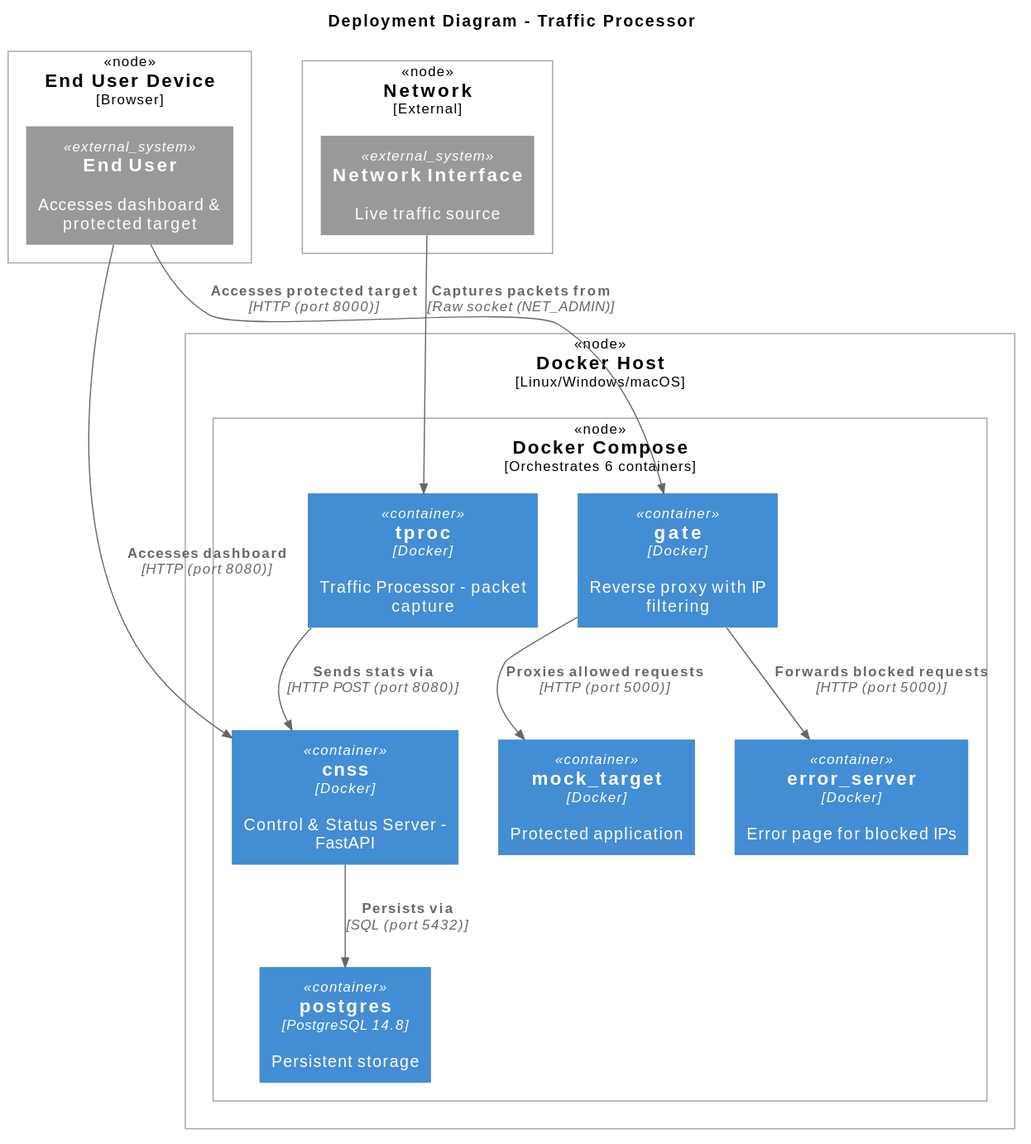
Above: docs/architecture/deployment-view/deployment-diagram.svg in SWP-Team-46/Traffic-Proccessor (PlantUML), before the change.
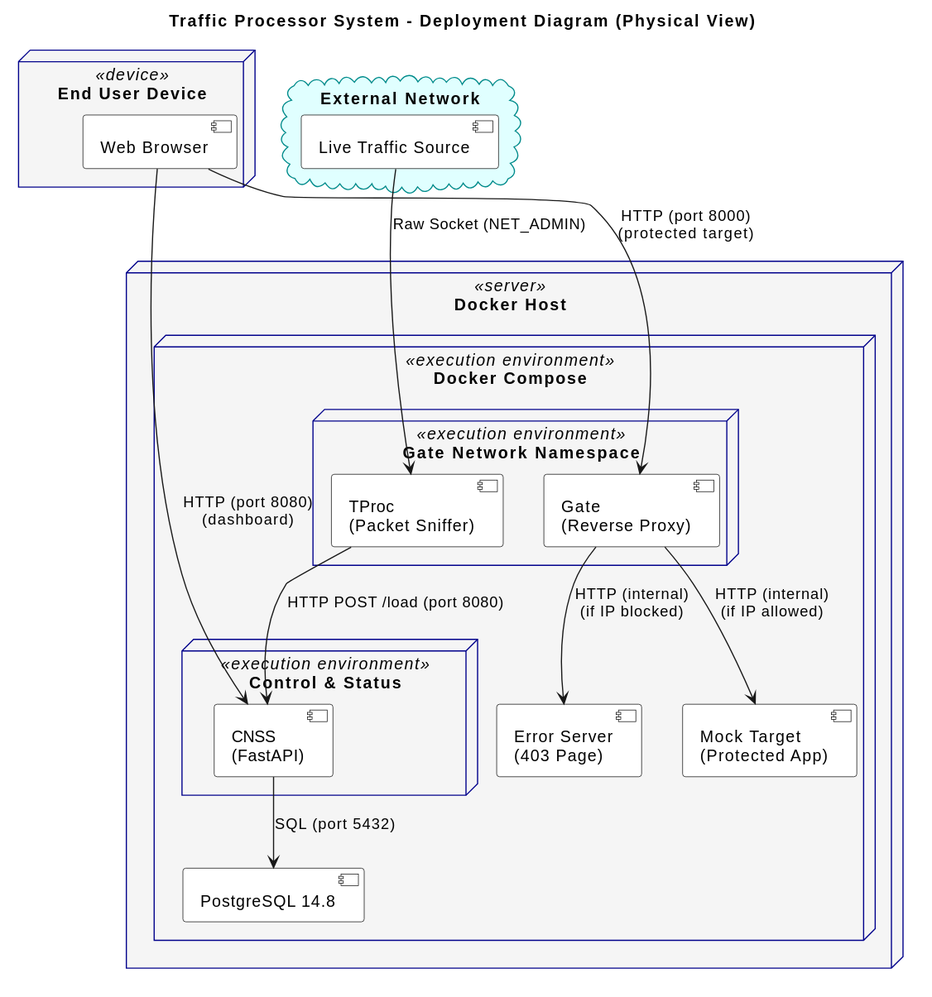
The same diagram one commit later.

What changed in the source:
```diff
@@ -1,34 +1,63 @@
 @startuml
-!include <C4/C4_Deployment>
-
-title Deployment Diagram - Traffic Processor
-
-Deployment_Node(docker_host, "Docker Host", "Linux/Windows/macOS") {
-    Deployment_Node(compose, "Docker Compose", "Orchestrates 6 containers") {
-        Container(tproc, "tproc", "Docker", "Traffic Processor - packet capture")
-        Container(gate, "gate", "Docker", "Reverse proxy with IP filtering")
-        Container(mock_target, "mock_target", "Docker", "Protected application")
-        Container(error_server, "error_server", "Docker", "Error page for blocked IPs")
-        Container(cnss, "cnss", "Docker", "Control & Status Server - FastAPI")
-        Container(db, "postgres", "PostgreSQL 14.8", "Persistent storage")
-    }
+skinparam node {
+  BackgroundColor WhiteSmoke
+  BorderColor DarkBlue
+  ArrowColor #444444
 }
 
-Deployment_Node(network, "Network", "External") {
-    System_Ext(net_iface, "Network Interface", "Live traffic source")
+skinparam component {
+  BackgroundColor White
+  BorderColor Black
 }
 
-Deployment_Node(user_node, "End User Device", "Browser") {
-    System_Ext(end_user, "End User", "Accesses dashboard & protected target")
+skinparam cloud {
+  BackgroundColor LightCyan
+  BorderColor DarkCyan
 }
 
-Rel(net_iface, tproc, "Captures packets from", "Raw socket (NET_ADMIN)")
-Rel(tproc, cnss, "Sends stats via", "HTTP POST (port 8080)")
-Rel(cnss, db, "Persists via", "SQL (port 5432)")
+skinparam database {
+  BackgroundColor White
+  BorderColor Black
+}
 
-Rel(end_user, gate, "Accesses protected target", "HTTP (port 8000)")
-Rel(end_user, cnss, "Accesses dashboard", "HTTP (port 8080)")
+title Traffic Processor System - Deployment Diagram (Physical View)
 
-Rel(gate, mock_target, "Proxies allowed requests", "HTTP (port 5000)")
-Rel(gate, error_server, "Forwards blocked requests", "HTTP (port 5000)")
+node "End User Device" <<device>> as UserDevice {
+  component [Web Browser] as browser
+}
+
+cloud "External Network" {
+  component [Live Traffic Source] as network
+}
+
+node "Docker Host" <<server>> as DockerHost {
+
+  node "Docker Compose" <<execution environment>> as Compose {
+
+    node "Gate Network Namespace" <<execution environment>> as GateNet {
+      component [Gate\n(Reverse Proxy)] as gate
+      component [TProc\n(Packet Sniffer)] as tproc
+    }
+
+    component [Mock Target\n(Protected App)] as mock_target
+    component [Error Server\n(403 Page)] as error_server
+
+    node "Control & Status" <<execution environment>> {
+      component [CNSS\n(FastAPI)] as cnss
+    }
+
+    database [PostgreSQL 14.8] as postgres
+  }
+}
+
+network --> tproc : Raw Socket (NET_ADMIN)
+tproc --> cnss : HTTP POST /load (port 8080)
+
+browser --> gate : HTTP (port 8000)\n(protected target)
+browser --> cnss : HTTP (port 8080)\n(dashboard)
+
+gate --> mock_target : HTTP (internal)\n(if IP allowed)
+gate --> error_server : HTTP (internal)\n(if IP blocked)
+
+cnss --> postgres : SQL (port 5432)
 @enduml
```
